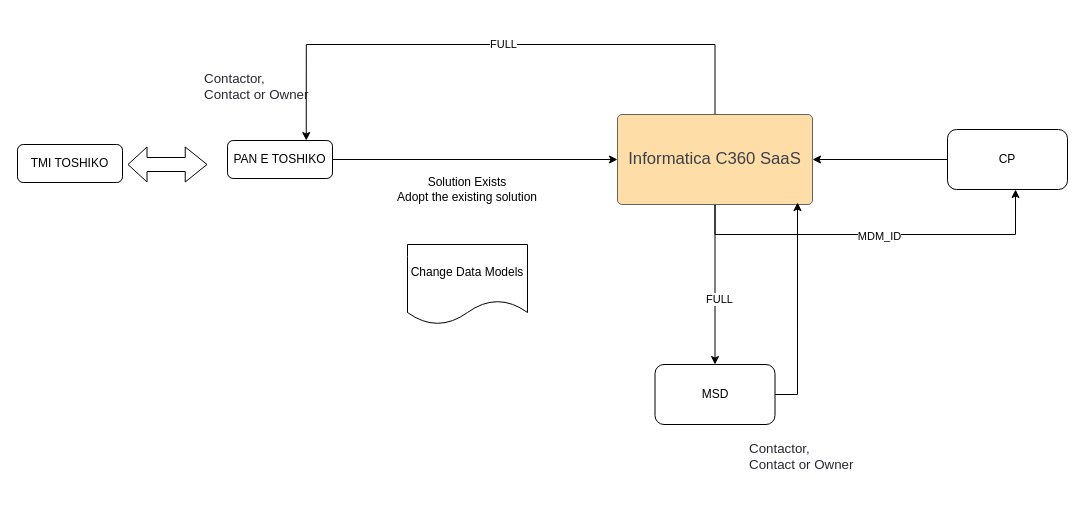
biswarup81/drawings keeps this draw.io diagram as page "CRM - IT/ES" (5 of 5) of TME-Misc_Design.drawio. Above is the earlier version. Source tidied: cells renumbered, new cells numbered last; positions are measured from the earlier drawing's top-left corner, leaving out a move shared by most shapes. Both pictures are drawn from the tidied source at 100%, with x=0, y=0 at pixel (17, 44).
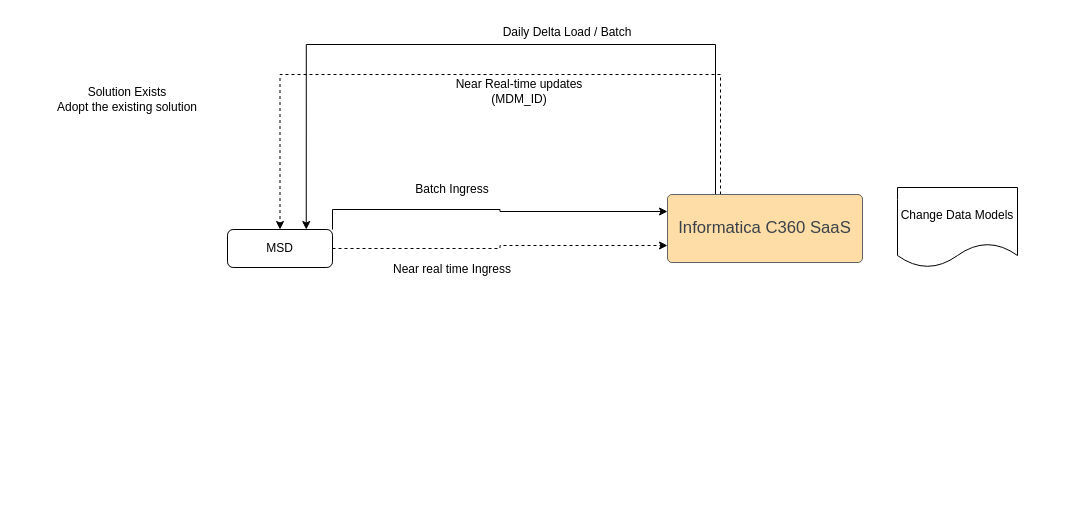
The same diagram, later.

Unchanged cells that the change refers to:
```xml
<mxCell id="6" style="edgeStyle=orthogonalEdgeStyle;rounded=0;jettySize=auto;html=1;entryX=0.75;entryY=0;entryDx=0;entryDy=0;" parent="1" edge="1" source="10" target="3">
  <mxGeometry relative="1" as="geometry">
    <Array as="points">
      <mxPoint x="698" />
      <mxPoint x="289" />
    </Array>
  </mxGeometry>
</mxCell>
```

Diff of the diagram source:
```diff
@@
-    <mxCell id="2" style="edgeStyle=orthogonalEdgeStyle;rounded=0;jettySize=auto;html=1;" parent="1" edge="1" source="3" target="10">
-      <mxGeometry relative="1" as="geometry" />
-    </mxCell>
+    <mxCell id="21" style="edgeStyle=orthogonalEdgeStyle;rounded=0;jettySize=auto;html=1;entryX=0;entryY=0.75;entryDx=0;entryDy=0;dashed=1;" parent="1" edge="1" source="3" target="10">
+      <mxGeometry relative="1" as="geometry" />
+    </mxCell>
+    <mxCell id="22" style="edgeStyle=orthogonalEdgeStyle;rounded=0;jettySize=auto;html=1;exitX=1;exitY=0;exitDx=0;exitDy=0;entryX=0;entryY=0.25;entryDx=0;entryDy=0;" parent="1" edge="1" source="3" target="10">
+      <mxGeometry relative="1" as="geometry" />
+    </mxCell>
-    <mxCell id="3" value="PAN E TOSHIKO" style="rounded=1;whiteSpace=wrap;html=1;" parent="1" vertex="1">
-      <mxGeometry x="210" y="96" width="105" height="38" as="geometry" />
+    <mxCell id="3" value="MSD" style="rounded=1;whiteSpace=wrap;html=1;" parent="1" vertex="1">
+      <mxGeometry x="210" y="185" width="105" height="38" as="geometry" />
     </mxCell>
-    <mxCell id="4" style="edgeStyle=orthogonalEdgeStyle;rounded=0;jettySize=auto;html=1;" parent="1" edge="1" source="10" target="14">
-      <mxGeometry relative="1" as="geometry" />
-    </mxCell>
-    <mxCell id="5" value="FULL" style="edgeLabel;html=1;align=center;verticalAlign=middle;" parent="4" vertex="1">
-      <mxGeometry x="0.17" y="4" relative="1" as="geometry" />
-    </mxCell>
@@
-    <mxCell id="7" value="FULL" style="edgeLabel;html=1;align=center;verticalAlign=middle;" parent="6" vertex="1">
-      <mxGeometry x="-0.02" y="-1" relative="1" as="geometry" />
-    </mxCell>
-    <mxCell id="8" style="edgeStyle=orthogonalEdgeStyle;rounded=0;jettySize=auto;html=1;entryX=0.567;entryY=1;entryDx=0;entryDy=0;entryPerimeter=0;" parent="1" edge="1" source="10" target="20">
-      <mxGeometry relative="1" as="geometry">
-        <Array as="points">
-          <mxPoint x="698" y="190" />
-          <mxPoint x="998" y="190" />
-        </Array>
-      </mxGeometry>
-    </mxCell>
-    <mxCell id="9" value="MDM_ID" style="edgeLabel;html=1;align=center;verticalAlign=middle;" parent="8" vertex="1">
-      <mxGeometry x="0.03" y="-1" relative="1" as="geometry">
-        <mxPoint x="1" as="offset" />
-      </mxGeometry>
-    </mxCell>
+    <mxCell id="23" style="edgeStyle=orthogonalEdgeStyle;rounded=0;jettySize=auto;html=1;entryX=0.5;entryY=0;entryDx=0;entryDy=0;dashed=1;" parent="1" edge="1" source="10" target="3">
+      <mxGeometry relative="1" as="geometry">
+        <Array as="points">
+          <mxPoint x="703" y="30" />
+          <mxPoint x="263" y="30" />
+        </Array>
+      </mxGeometry>
+    </mxCell>
     <mxCell id="10" value="Informatica C360 SaaS" style="html=1;overflow=block;blockSpacing=1;whiteSpace=wrap;fontSize=16.7;fontColor=#3a414a;spacing=9;strokeColor=#3a414a;strokeOpacity=100;fillOpacity=100;rounded=1;absoluteArcSize=1;arcSize=9;fillColor=#ffdda6;strokeWidth=0.8;lucidId=FAfvqJk8E.Ea;" parent="1" vertex="1">
-      <mxGeometry x="600" y="70" width="195" height="90" as="geometry" />
+      <mxGeometry x="650" y="150" width="195" height="68" as="geometry" />
     </mxCell>
     <mxCell id="11" value="Solution Exists&lt;br&gt;Adopt the existing solution" style="text;html=1;strokeColor=none;fillColor=none;align=center;verticalAlign=middle;whiteSpace=wrap;rounded=0;" parent="1" vertex="1">
-      <mxGeometry x="370" y="130" width="160" height="30" as="geometry" />
+      <mxGeometry x="30" y="40" width="160" height="30" as="geometry" />
     </mxCell>
     <mxCell id="12" value="Change Data Models" style="shape=document;whiteSpace=wrap;html=1;boundedLbl=1;" parent="1" vertex="1">
-      <mxGeometry x="390" y="200" width="120" height="80" as="geometry" />
+      <mxGeometry x="880" y="143" width="120" height="80" as="geometry" />
     </mxCell>
-    <mxCell id="13" style="edgeStyle=orthogonalEdgeStyle;rounded=0;jettySize=auto;html=1;entryX=0.923;entryY=0.978;entryDx=0;entryDy=0;entryPerimeter=0;" parent="1" edge="1" source="14" target="10">
-      <mxGeometry relative="1" as="geometry">
-        <Array as="points">
-          <mxPoint x="780" y="350" />
-        </Array>
-      </mxGeometry>
-    </mxCell>
-    <mxCell id="14" value="MSD" style="rounded=1;whiteSpace=wrap;html=1;" parent="1" vertex="1">
-      <mxGeometry x="637.5" y="320" width="120" height="60" as="geometry" />
-    </mxCell>
-    <mxCell id="15" value="&lt;span style=&quot;font-size:10.0pt;font-family:&amp;quot;Toyota Type&amp;quot;;&#10;mso-ascii-font-family:&amp;quot;Toyota Type&amp;quot;;mso-fareast-font-family:+mn-ea;mso-bidi-font-family:&#10;+mn-cs;mso-ascii-theme-font:major-latin;mso-fareast-theme-font:minor-fareast;&#10;mso-bidi-theme-font:minor-bidi;font-variant:normal;color:#282830;mso-color-index:&#10;13;text-transform:none;letter-spacing:0pt;mso-font-kerning:12.0pt;language:&#10;en-GB;mso-no-proof:no;vertical-align:baseline;mso-text-raise:0%;mso-style-textoutline-type:&#10;none;mso-style-textfill-type:solid;mso-style-textfill-fill-themecolor:dark1;&#10;mso-style-textfill-fill-color:#282830;mso-style-textfill-fill-alpha:100.0%&quot;&gt;Contactor,&#10;Contact or Owner&lt;/span&gt;" style="text;whiteSpace=wrap;html=1;" parent="1" vertex="1">
-      <mxGeometry x="730" y="390" width="130" height="60" as="geometry" />
-    </mxCell>
-    <mxCell id="16" value="&lt;span style=&quot;font-size:10.0pt;font-family:&amp;quot;Toyota Type&amp;quot;;&#10;mso-ascii-font-family:&amp;quot;Toyota Type&amp;quot;;mso-fareast-font-family:+mn-ea;mso-bidi-font-family:&#10;+mn-cs;mso-ascii-theme-font:major-latin;mso-fareast-theme-font:minor-fareast;&#10;mso-bidi-theme-font:minor-bidi;font-variant:normal;color:#282830;mso-color-index:&#10;13;text-transform:none;letter-spacing:0pt;mso-font-kerning:12.0pt;language:&#10;en-GB;mso-no-proof:no;vertical-align:baseline;mso-text-raise:0%;mso-style-textoutline-type:&#10;none;mso-style-textfill-type:solid;mso-style-textfill-fill-themecolor:dark1;&#10;mso-style-textfill-fill-color:#282830;mso-style-textfill-fill-alpha:100.0%&quot;&gt;Contactor,&#10;Contact or Owner&lt;/span&gt;" style="text;whiteSpace=wrap;html=1;" parent="1" vertex="1">
-      <mxGeometry x="185" y="20" width="130" height="60" as="geometry" />
-    </mxCell>
-    <mxCell id="17" value="TMI TOSHIKO" style="rounded=1;whiteSpace=wrap;html=1;" parent="1" vertex="1">
-      <mxGeometry y="100" width="105" height="38" as="geometry" />
-    </mxCell>
-    <mxCell id="18" style="shape=flexArrow;endArrow=classic;startArrow=classic;html=1;rounded=0;width=14;endSize=6.92;" parent="1" edge="1">
-      <mxGeometry relative="1" as="geometry">
-        <mxPoint x="110" y="120" as="sourcePoint" />
-        <mxPoint x="190" y="120" as="targetPoint" />
-      </mxGeometry>
-    </mxCell>
-    <mxCell id="19" style="edgeStyle=orthogonalEdgeStyle;rounded=0;jettySize=auto;html=1;" parent="1" edge="1" source="20" target="10">
-      <mxGeometry relative="1" as="geometry" />
-    </mxCell>
-    <mxCell id="20" value="CP" style="rounded=1;whiteSpace=wrap;html=1;" parent="1" vertex="1">
-      <mxGeometry x="930" y="85" width="120" height="60" as="geometry" />
-    </mxCell>
+    <mxCell id="24" value="Daily Delta Load / Batch" style="text;html=1;strokeColor=none;fillColor=none;align=center;verticalAlign=middle;whiteSpace=wrap;rounded=0;" parent="1" vertex="1">
+      <mxGeometry x="460" y="-27" width="180" height="30" as="geometry" />
+    </mxCell>
+    <mxCell id="25" value="Near Real-time updates (MDM_ID)" style="text;html=1;strokeColor=none;fillColor=none;align=center;verticalAlign=middle;whiteSpace=wrap;rounded=0;" parent="1" vertex="1">
+      <mxGeometry x="412" y="32" width="180" height="30" as="geometry" />
+    </mxCell>
+    <mxCell id="26" value="Batch Ingress" style="text;html=1;strokeColor=none;fillColor=none;align=center;verticalAlign=middle;whiteSpace=wrap;rounded=0;" parent="1" vertex="1">
+      <mxGeometry x="330" y="130" width="210" height="30" as="geometry" />
+    </mxCell>
+    <mxCell id="27" value="Near real time Ingress" style="text;html=1;strokeColor=none;fillColor=none;align=center;verticalAlign=middle;whiteSpace=wrap;rounded=0;" parent="1" vertex="1">
+      <mxGeometry x="330" y="210" width="210" height="30" as="geometry" />
+    </mxCell>
```
